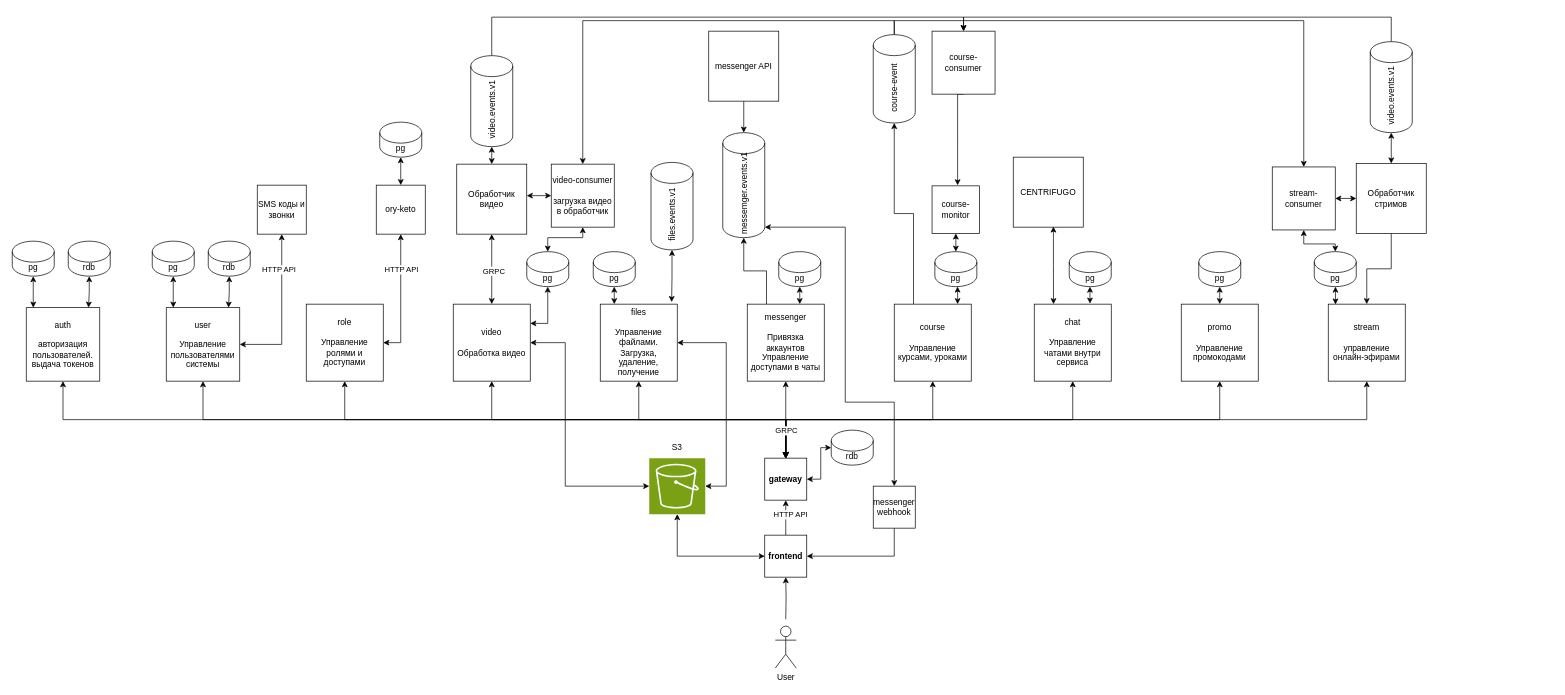
This is master/Diploma/drawings/Схема проекта.drawio from Relax-FM/Diploma, a draw.io file, before an edit. Source tidied: cells renumbered, new cells numbered last; positions are measured from the earlier drawing's top-left corner, leaving out a move shared by most shapes. Both pictures are drawn from the tidied source at 70%, with x=0, y=0 at pixel (12, 31).
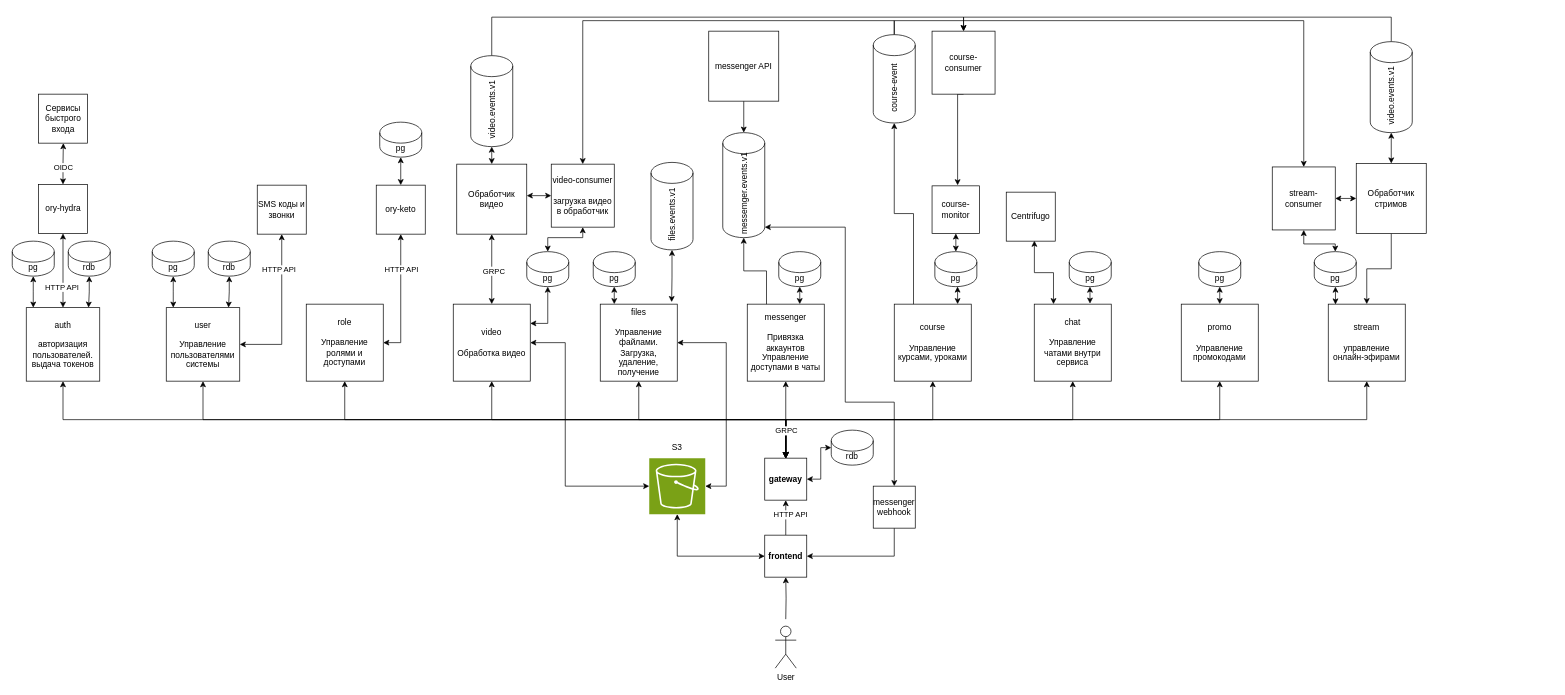
After the change.

Unchanged cells that the change refers to:
```xml
<mxCell id="14" value="auth&lt;br&gt;&lt;br&gt;авторизация пользователей. выдача токенов" style="whiteSpace=wrap;html=1;" parent="13" vertex="1">
  <mxGeometry y="5" width="105" height="105" as="geometry" />
</mxCell>
```

Diff of the diagram source:
```diff
@@
-    <mxCell id="102" value="CENTRIFUGO" style="whiteSpace=wrap;html=1;" parent="1" vertex="1">
-      <mxGeometry x="1430" y="180" width="100" height="100" as="geometry" />
+    <mxCell id="102" value="Centrifugo" style="whiteSpace=wrap;html=1;" parent="1" vertex="1">
+      <mxGeometry x="1420" y="230" width="70" height="70" as="geometry" />
     </mxCell>
@@
+    <mxCell id="104" style="edgeStyle=orthogonalEdgeStyle;rounded=0;jettySize=auto;html=1;exitX=0.5;exitY=0;exitDx=0;exitDy=0;startArrow=classic;startFill=1;" parent="1" edge="1" source="105">
+      <mxGeometry relative="1" as="geometry">
+        <mxPoint x="73" y="160" as="targetPoint" />
+        <Array as="points">
+          <mxPoint x="72" y="190" />
+          <mxPoint x="73" y="190" />
+        </Array>
+      </mxGeometry>
+    </mxCell>
+    <mxCell id="105" value="ory-hydra" style="whiteSpace=wrap;html=1;" parent="1" vertex="1">
+      <mxGeometry x="37.5" y="219" width="70" height="70" as="geometry" />
+    </mxCell>
+    <mxCell id="106" style="edgeStyle=orthogonalEdgeStyle;rounded=0;jettySize=auto;html=1;exitX=0.5;exitY=0;exitDx=0;exitDy=0;entryX=0.5;entryY=1;entryDx=0;entryDy=0;startArrow=classic;startFill=1;" parent="1" edge="1" source="14" target="105">
+      <mxGeometry relative="1" as="geometry" />
+    </mxCell>
+    <mxCell id="107" value="HTTP API" style="edgeLabel;html=1;align=center;verticalAlign=middle;" parent="1" vertex="1">
+      <mxGeometry x="70" y="365" as="geometry" />
+    </mxCell>
+    <mxCell id="108" value="OIDC" style="edgeLabel;html=1;align=center;verticalAlign=middle;" parent="1" vertex="1">
+      <mxGeometry x="72.5" y="194" as="geometry" />
+    </mxCell>
+    <mxCell id="109" value="Сервисы быстрого входа" style="whiteSpace=wrap;html=1;" parent="1" vertex="1">
+      <mxGeometry x="37.5" y="90" width="70" height="70" as="geometry" />
+    </mxCell>
```
